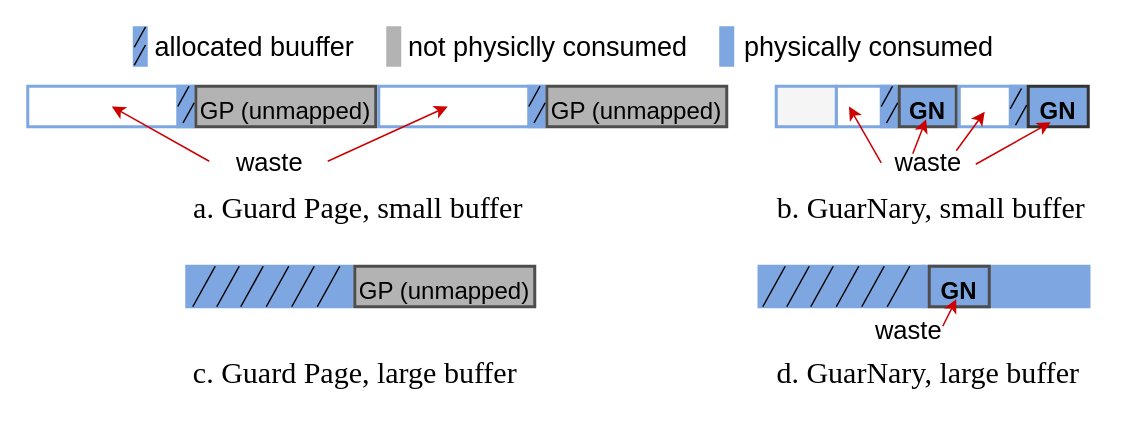
The draw.io diagram page "challenge1" (5 of 6) of prezs/compas'22/spp_poster/figures/spp_page.drawio in bstellaceleste/posters_prezs, before the edit. Source tidied: cells renumbered, new cells numbered last; positions are measured from the earlier drawing's top-left corner, leaving out a move shared by most shapes. Both pictures are drawn from the tidied source at 150%, with x=0, y=0 at pixel (27, 26).
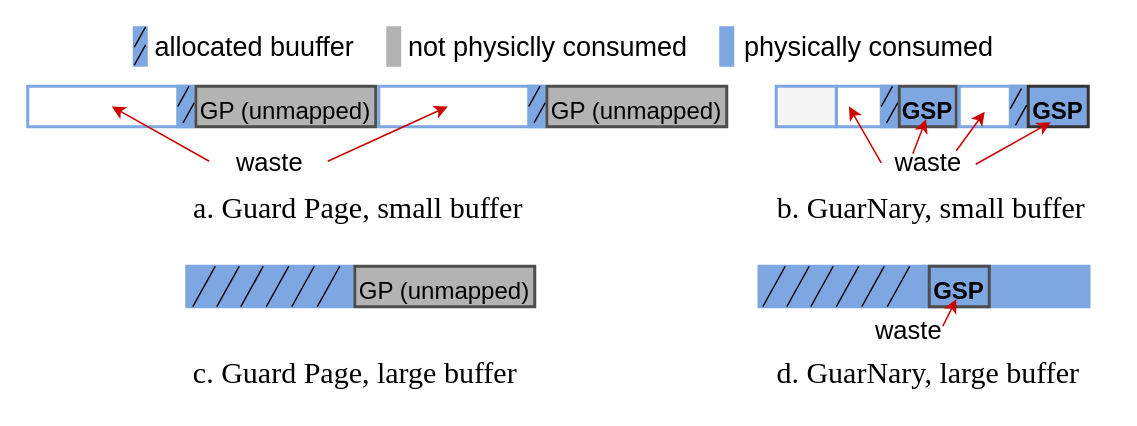
After the change.

The change refers to these unchanged cells:
```xml
<mxCell id="12" style="group;fillColor=#7EA6E0;strokeColor=#4D4D4D;" parent="1" vertex="1">
  <mxGeometry x="621" y="40" width="86" height="27" as="geometry" />
</mxCell>
```

Change to the diagram source:
```diff
@@
-    <mxCell id="8" value="&lt;font style=&quot;font-size: 16px&quot;&gt;&lt;span&gt;&lt;span&gt;GN&lt;/span&gt;&lt;/span&gt;&lt;/font&gt;" style="rounded=0;whiteSpace=wrap;html=1;fillColor=#7EA6E0;strokeColor=#4D4D4D;strokeWidth=2;fontSize=20;shadow=0;comic=0;glass=0;fontStyle=1;" parent="1" vertex="1">
+    <mxCell id="8" value="&lt;font style=&quot;font-size: 16px&quot;&gt;&lt;span&gt;&lt;span&gt;GSP&lt;/span&gt;&lt;/span&gt;&lt;/font&gt;" style="rounded=0;whiteSpace=wrap;html=1;fillColor=#7EA6E0;strokeColor=#4D4D4D;strokeWidth=2;fontSize=20;shadow=0;comic=0;glass=0;fontStyle=1;" parent="1" vertex="1">
       <mxGeometry x="581" y="40" width="38" height="27" as="geometry" />
     </mxCell>
@@
-    <mxCell id="15" value="&lt;font style=&quot;font-size: 16px&quot;&gt;&lt;span&gt;&lt;b&gt;GN&lt;/b&gt;&lt;/span&gt;&lt;/font&gt;" style="rounded=0;whiteSpace=wrap;html=1;fillColor=#7EA6E0;strokeColor=#333333;strokeWidth=2;fontSize=20;shadow=0;comic=0;glass=0;fontStyle=0;" parent="12" vertex="1">
+    <mxCell id="15" value="&lt;font style=&quot;font-size: 16px&quot;&gt;&lt;span&gt;&lt;b&gt;GSP&lt;/b&gt;&lt;/span&gt;&lt;/font&gt;" style="rounded=0;whiteSpace=wrap;html=1;fillColor=#7EA6E0;strokeColor=#333333;strokeWidth=2;fontSize=20;shadow=0;comic=0;glass=0;fontStyle=0;" parent="12" vertex="1">
       <mxGeometry x="46" width="40" height="27" as="geometry" />
     </mxCell>
@@
-    <mxCell id="37" value="&lt;font style=&quot;font-size: 16px&quot;&gt;GN&lt;/font&gt;" style="rounded=0;whiteSpace=wrap;html=1;fillColor=#7EA6E0;strokeColor=#4D4D4D;strokeWidth=2;fontSize=20;shadow=0;comic=0;glass=0;fontStyle=1;" parent="1" vertex="1">
+    <mxCell id="37" value="&lt;font style=&quot;font-size: 16px&quot;&gt;GSP&lt;/font&gt;" style="rounded=0;whiteSpace=wrap;html=1;fillColor=#7EA6E0;strokeColor=#4D4D4D;strokeWidth=2;fontSize=20;shadow=0;comic=0;glass=0;fontStyle=1;" parent="1" vertex="1">
       <mxGeometry x="601" y="160" width="40" height="27" as="geometry" />
     </mxCell>
```
